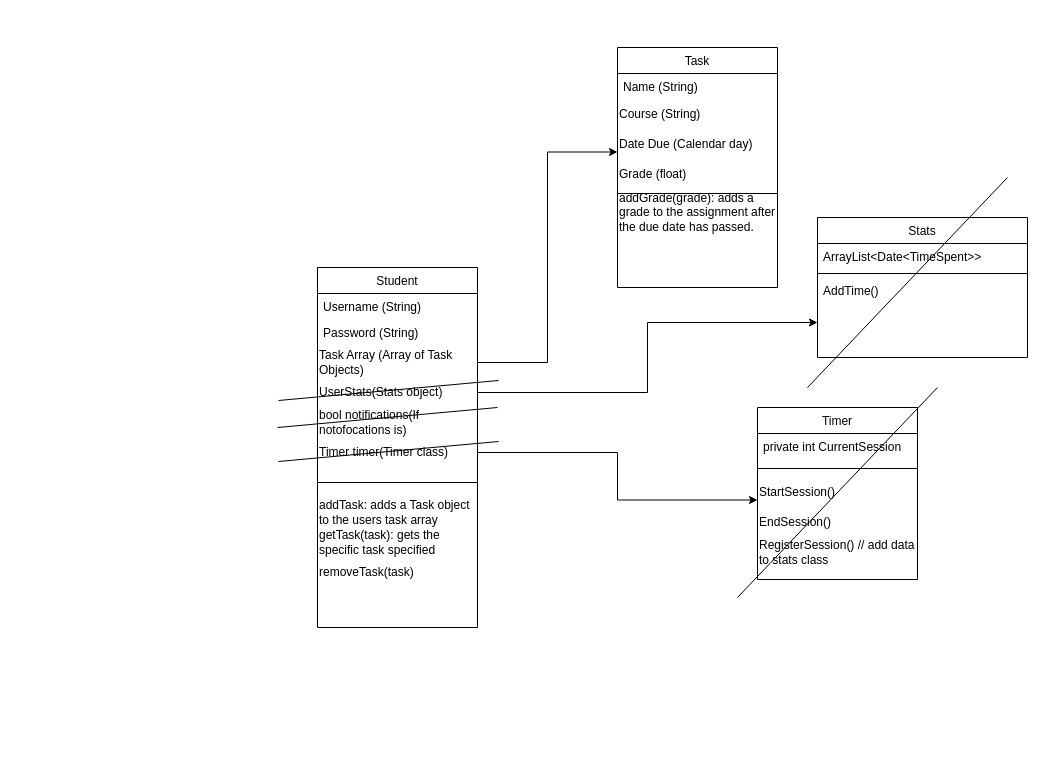
Before: Architecture design.drawio in DROFEL/Please_Compile_ProSchoolar, a draw.io diagram. Source tidied: cells renumbered, new cells numbered last; positions are measured from the earlier drawing's top-left corner, leaving out a move shared by most shapes. Both pictures are drawn from the tidied source at 100%, with x=0, y=0 at pixel (277, 47).
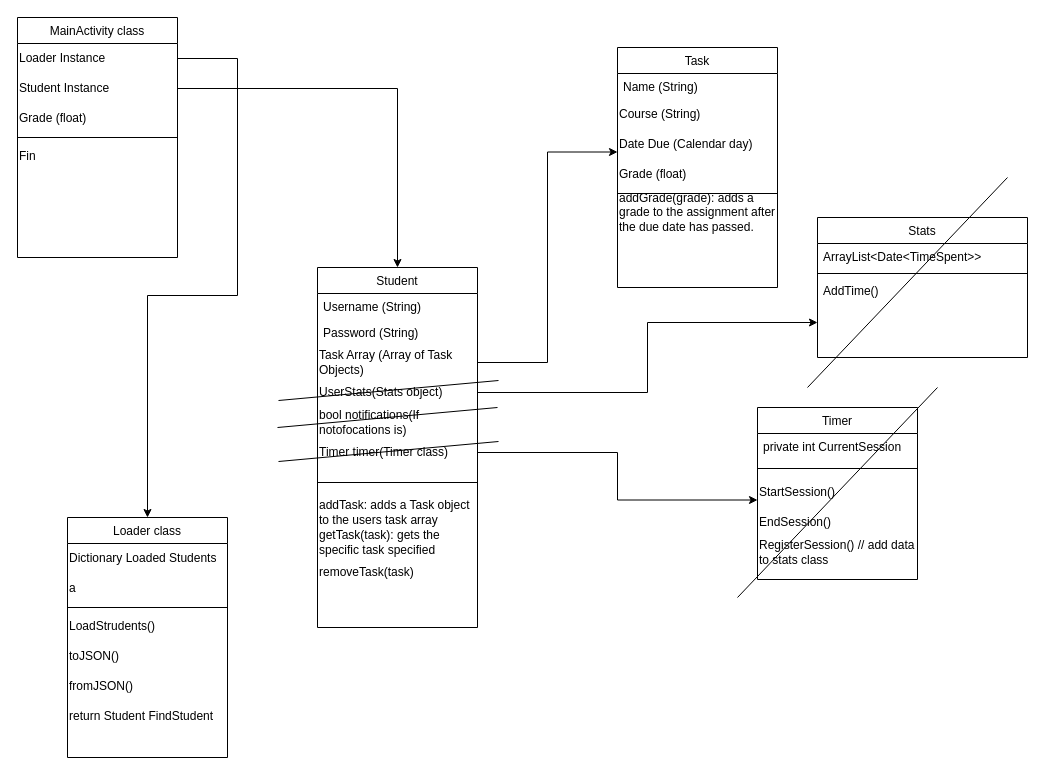
The same page after the edit.

Commit message:
MainActivity+Loader Classes.drawio

Unchanged cells that the change refers to:
```xml
<mxCell id="2" value="Student" style="swimlane;fontStyle=0;align=center;verticalAlign=top;horizontal=1;startSize=26;rounded=0;shadow=0;strokeWidth=1;" parent="1" vertex="1">
  <mxGeometry x="40" y="220" width="160" height="360" as="geometry" />
</mxCell>
```

The edit, as a diff of the source:
```diff
@@
+    <mxCell id="38" value="MainActivity class" style="swimlane;fontStyle=0;align=center;verticalAlign=top;horizontal=1;startSize=26;rounded=0;shadow=0;strokeWidth=1;" parent="1" vertex="1">
+      <mxGeometry x="-260" y="-30" width="160" height="240" as="geometry" />
+    </mxCell>
+    <mxCell id="39" value="Loader Instance" style="text;html=1;strokeColor=none;fillColor=none;align=left;verticalAlign=middle;whiteSpace=wrap;rounded=0;" parent="38" vertex="1">
+      <mxGeometry y="26" width="160" height="30" as="geometry" />
+    </mxCell>
+    <mxCell id="40" value="Student Instance" style="text;html=1;strokeColor=none;fillColor=none;align=left;verticalAlign=middle;whiteSpace=wrap;rounded=0;" parent="38" vertex="1">
+      <mxGeometry y="56" width="160" height="30" as="geometry" />
+    </mxCell>
+    <mxCell id="41" value="Grade (float)" style="text;html=1;strokeColor=none;fillColor=none;align=left;verticalAlign=middle;whiteSpace=wrap;rounded=0;" parent="38" vertex="1">
+      <mxGeometry y="86" width="160" height="30" as="geometry" />
+    </mxCell>
+    <mxCell id="42" style="line;html=1;strokeWidth=1;align=left;verticalAlign=middle;spacingTop=-1;spacingLeft=3;spacingRight=3;labelPosition=right;" parent="38" vertex="1">
+      <mxGeometry y="116" width="160" height="8" as="geometry" />
+    </mxCell>
+    <mxCell id="43" value="Fin" style="text;html=1;strokeColor=none;fillColor=none;align=left;verticalAlign=middle;whiteSpace=wrap;rounded=0;" parent="38" vertex="1">
+      <mxGeometry y="124" width="160" height="30" as="geometry" />
+    </mxCell>
+    <mxCell id="44" value="Loader class" style="swimlane;fontStyle=0;align=center;verticalAlign=top;horizontal=1;startSize=26;rounded=0;shadow=0;strokeWidth=1;" parent="1" vertex="1">
+      <mxGeometry x="-210" y="470" width="160" height="240" as="geometry" />
+    </mxCell>
+    <mxCell id="45" value="Dictionary Loaded Students" style="text;html=1;strokeColor=none;fillColor=none;align=left;verticalAlign=middle;whiteSpace=wrap;rounded=0;" parent="44" vertex="1">
+      <mxGeometry y="26" width="160" height="30" as="geometry" />
+    </mxCell>
+    <mxCell id="46" value="a" style="text;html=1;strokeColor=none;fillColor=none;align=left;verticalAlign=middle;whiteSpace=wrap;rounded=0;" parent="44" vertex="1">
+      <mxGeometry y="56" width="160" height="30" as="geometry" />
+    </mxCell>
+    <mxCell id="47" style="line;html=1;strokeWidth=1;align=left;verticalAlign=middle;spacingTop=-1;spacingLeft=3;spacingRight=3;labelPosition=right;" parent="44" vertex="1">
+      <mxGeometry y="86" width="160" height="8" as="geometry" />
+    </mxCell>
+    <mxCell id="48" value="LoadStrudents()" style="text;html=1;strokeColor=none;fillColor=none;align=left;verticalAlign=middle;whiteSpace=wrap;rounded=0;" parent="44" vertex="1">
+      <mxGeometry y="94" width="160" height="30" as="geometry" />
+    </mxCell>
+    <mxCell id="49" value="toJSON()" style="text;html=1;strokeColor=none;fillColor=none;align=left;verticalAlign=middle;whiteSpace=wrap;rounded=0;" parent="44" vertex="1">
+      <mxGeometry y="124" width="160" height="30" as="geometry" />
+    </mxCell>
+    <mxCell id="50" value="fromJSON()" style="text;html=1;strokeColor=none;fillColor=none;align=left;verticalAlign=middle;whiteSpace=wrap;rounded=0;" parent="44" vertex="1">
+      <mxGeometry y="154" width="160" height="30" as="geometry" />
+    </mxCell>
+    <mxCell id="51" value="return Student FindStudent" style="text;html=1;strokeColor=none;fillColor=none;align=left;verticalAlign=middle;whiteSpace=wrap;rounded=0;" parent="44" vertex="1">
+      <mxGeometry y="184" width="160" height="30" as="geometry" />
+    </mxCell>
+    <mxCell id="52" style="edgeStyle=orthogonalEdgeStyle;rounded=0;jettySize=auto;html=1;" parent="1" edge="1" source="39" target="44">
+      <mxGeometry relative="1" as="geometry">
+        <Array as="points">
+          <mxPoint x="-40" y="11" />
+          <mxPoint x="-40" y="248" />
+          <mxPoint x="-130" y="248" />
+        </Array>
+      </mxGeometry>
+    </mxCell>
+    <mxCell id="53" style="edgeStyle=orthogonalEdgeStyle;rounded=0;jettySize=auto;html=1;entryX=0.5;entryY=0;entryDx=0;entryDy=0;" parent="1" edge="1" source="40" target="2">
+      <mxGeometry relative="1" as="geometry" />
+    </mxCell>
```
